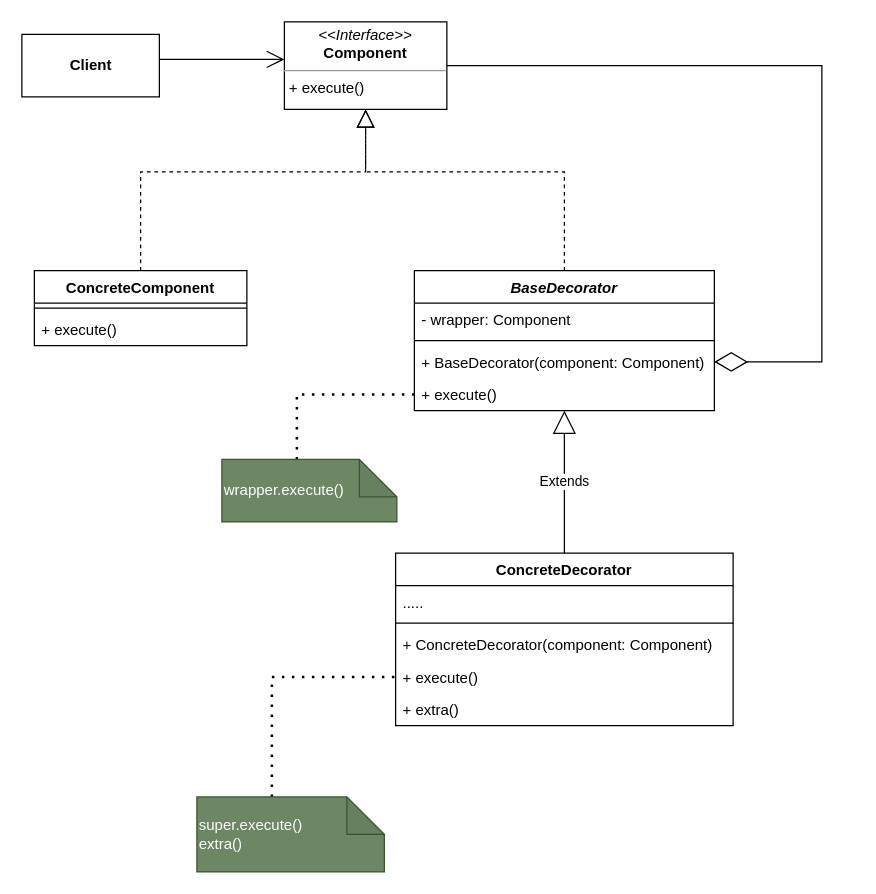
Earlier version of the draw.io diagram 装饰器模式.drawio (HsoulLink/designpattern_pic). Source tidied: cells renumbered, new cells numbered last; positions are measured from the earlier drawing's top-left corner, leaving out a move shared by most shapes. Both pictures are drawn from the tidied source at 125%, with x=0, y=0 at pixel (21, 21).
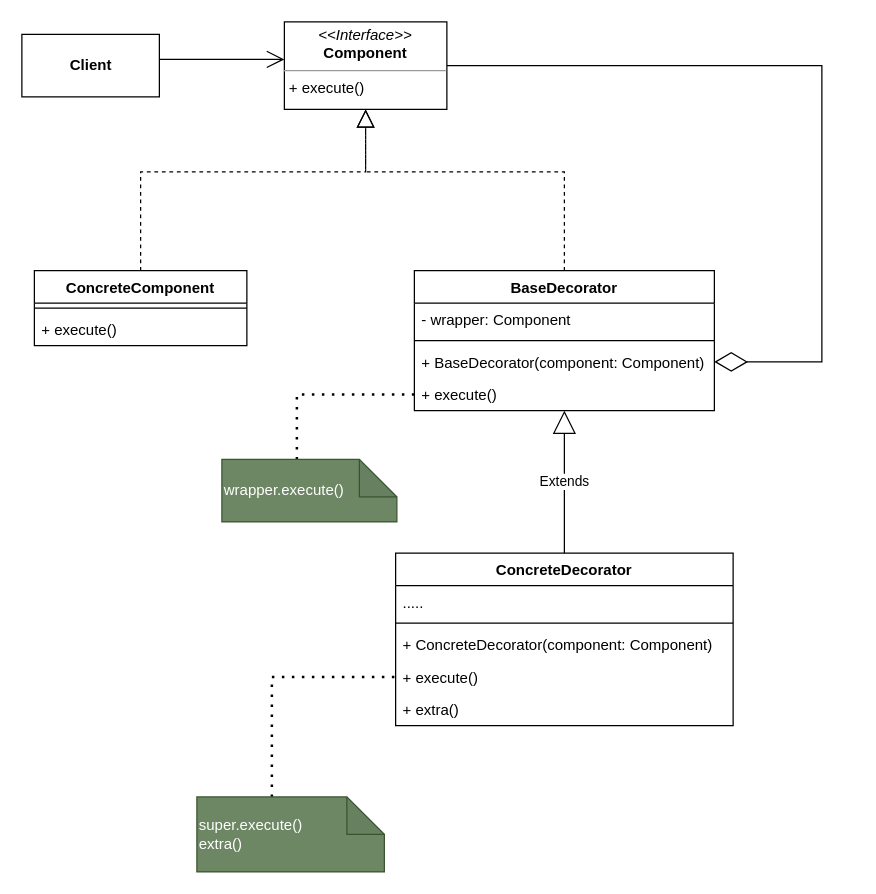
The same page after the edit.

Commit message:
更新装饰器模式.drawio

Diff of the diagram source:
```diff
@@
-    <mxCell id="2" value="BaseDecorator" style="swimlane;fontStyle=3;align=center;verticalAlign=top;horizontal=1;startSize=26;" parent="1" vertex="1">
+    <mxCell id="2" value="BaseDecorator" style="swimlane;fontStyle=1;align=center;verticalAlign=top;horizontal=1;startSize=26;" parent="1" vertex="1">
       <mxGeometry x="314" y="199" width="240" height="112" as="geometry" />
     </mxCell>
```
